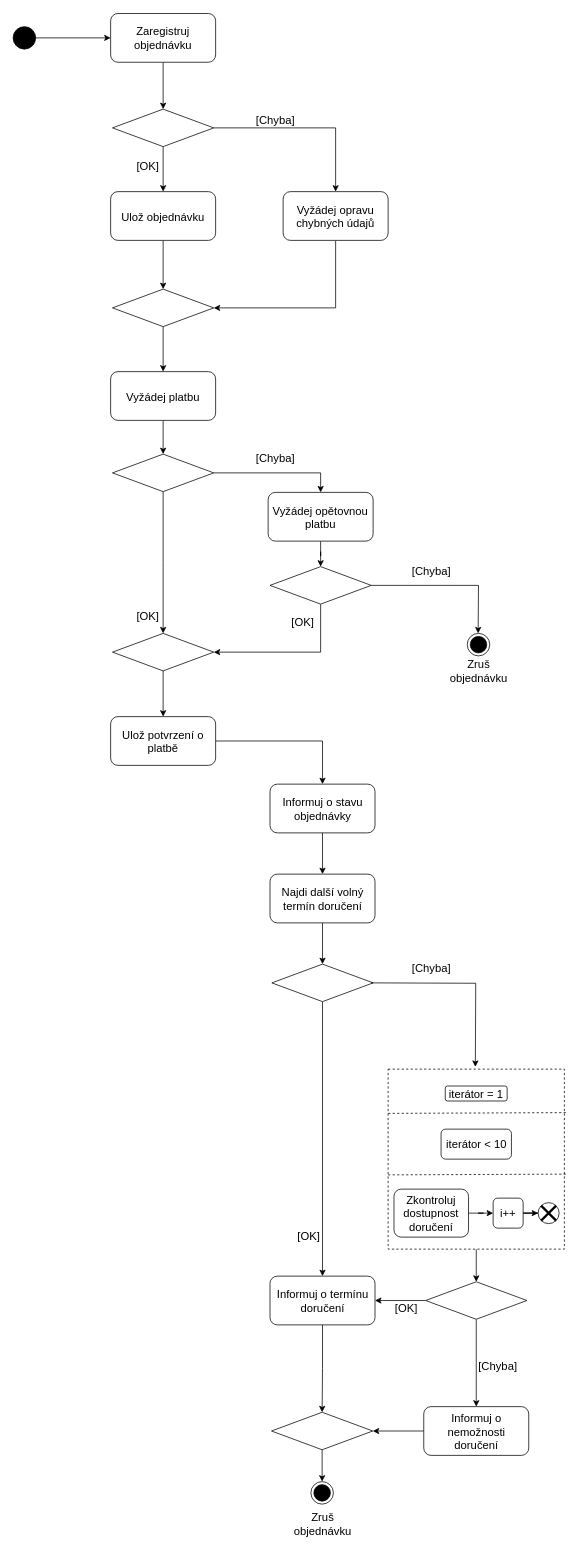
Before: Diagram-Aktivit.drawio in martinoak/culs-diagrams-net, a draw.io diagram. Source tidied: cells renumbered, new cells numbered last; positions are measured from the earlier drawing's top-left corner, leaving out a move shared by most shapes. Both pictures are drawn from the tidied source at 75%, with x=0, y=0 at pixel (13, 13).
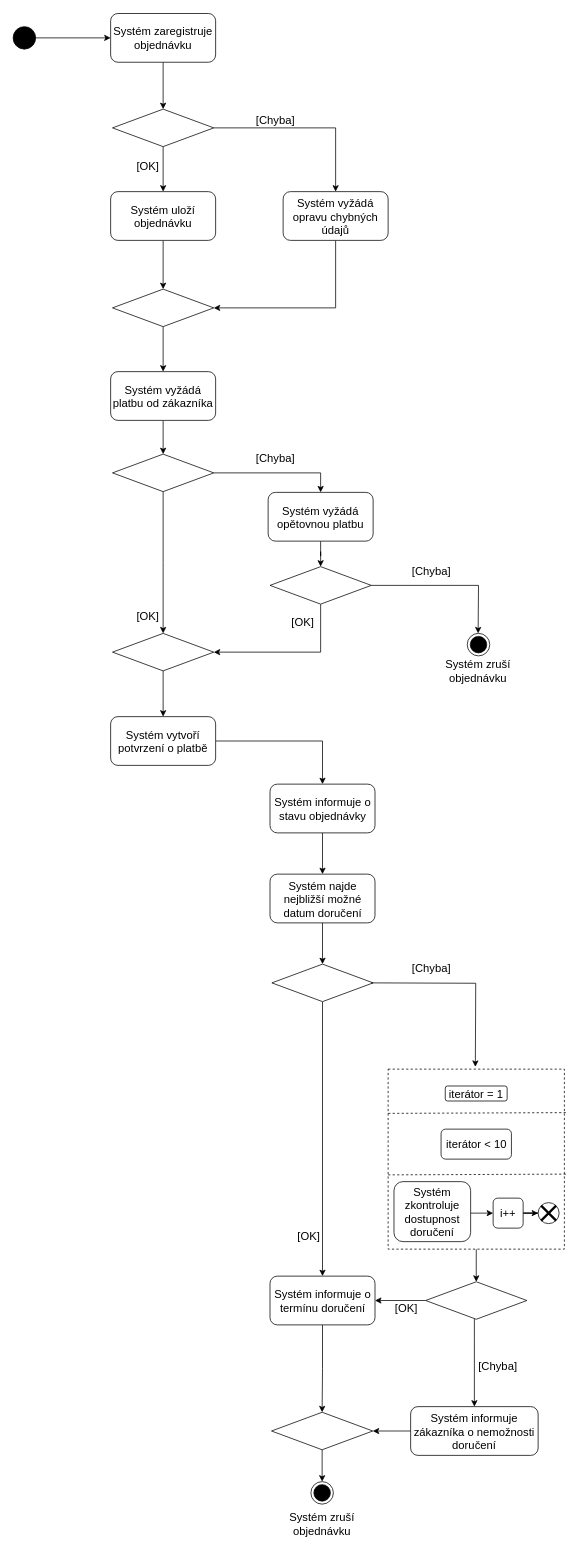
The same page after the edit.

Unchanged cells that the change refers to:
```xml
<mxCell id="53" value="&lt;span style=&quot;font-size: 15px;&quot;&gt;i++&lt;/span&gt;" style="rounded=1;whiteSpace=wrap;html=1;fillColor=#FFFFFF;" parent="1" vertex="1">
  <mxGeometry x="640" y="1580" width="40" height="40" as="geometry" />
</mxCell>
<mxCell id="58" style="rhombus;whiteSpace=wrap;html=1;fontSize=15;fillColor=#FFFFFF;" parent="1" vertex="1">
  <mxGeometry x="550" y="1691.5" width="135" height="50" as="geometry" />
</mxCell>
```

Change to the diagram source:
```diff
@@
-    <mxCell id="5" value="&lt;font style=&quot;font-size: 15px;&quot;&gt;Zaregistruj objednávku&lt;/font&gt;" style="rounded=1;whiteSpace=wrap;html=1;fillColor=#FFFFFF;" parent="1" vertex="1">
+    <mxCell id="5" value="&lt;font style=&quot;font-size: 15px;&quot;&gt;Systém zaregistruje objednávku&lt;/font&gt;" style="rounded=1;whiteSpace=wrap;html=1;fillColor=#FFFFFF;" parent="1" vertex="1">
       <mxGeometry x="130" y="0.5" width="140" height="65" as="geometry" />
     </mxCell>
@@
-    <mxCell id="7" value="&lt;span style=&quot;font-size: 15px;&quot;&gt;Ulož objednávku&lt;/span&gt;" style="rounded=1;whiteSpace=wrap;html=1;fillColor=#FFFFFF;" parent="1" vertex="1">
+    <mxCell id="7" value="&lt;span style=&quot;font-size: 15px;&quot;&gt;Systém uloží objednávku&lt;/span&gt;" style="rounded=1;whiteSpace=wrap;html=1;fillColor=#FFFFFF;" parent="1" vertex="1">
       <mxGeometry x="130" y="238" width="140" height="65" as="geometry" />
     </mxCell>
@@
-    <mxCell id="14" value="&lt;font style=&quot;font-size: 15px;&quot;&gt;Vyžádej opravu chybných údajů&lt;/font&gt;" style="rounded=1;whiteSpace=wrap;html=1;fillColor=#FFFFFF;" parent="1" vertex="1">
+    <mxCell id="14" value="&lt;font style=&quot;font-size: 15px;&quot;&gt;Systém vyžádá opravu chybných údajů&lt;/font&gt;" style="rounded=1;whiteSpace=wrap;html=1;fillColor=#FFFFFF;" parent="1" vertex="1">
       <mxGeometry x="360" y="238" width="140" height="65" as="geometry" />
     </mxCell>
@@
-    <mxCell id="18" value="&lt;span style=&quot;font-size: 15px;&quot;&gt;Vyžádej platbu&lt;/span&gt;" style="rounded=1;whiteSpace=wrap;html=1;fillColor=#FFFFFF;" parent="1" vertex="1">
+    <mxCell id="18" value="&lt;span style=&quot;font-size: 15px;&quot;&gt;Systém vyžádá platbu od zákazníka&lt;/span&gt;" style="rounded=1;whiteSpace=wrap;html=1;fillColor=#FFFFFF;" parent="1" vertex="1">
       <mxGeometry x="130" y="478" width="140" height="65" as="geometry" />
     </mxCell>
@@
-    <mxCell id="25" value="&lt;span style=&quot;font-size: 15px;&quot;&gt;Vyžádej opětovnou platbu&lt;/span&gt;" style="rounded=1;whiteSpace=wrap;html=1;fillColor=#FFFFFF;" parent="1" vertex="1">
+    <mxCell id="25" value="&lt;span style=&quot;font-size: 15px;&quot;&gt;Systém vyžádá opětovnou platbu&lt;/span&gt;" style="rounded=1;whiteSpace=wrap;html=1;fillColor=#FFFFFF;" parent="1" vertex="1">
       <mxGeometry x="340" y="639" width="140" height="65" as="geometry" />
     </mxCell>
@@
-    <mxCell id="33" value="&lt;span style=&quot;font-size: 15px;&quot;&gt;Informuj o stavu objednávky&lt;/span&gt;" style="rounded=1;whiteSpace=wrap;html=1;fillColor=#FFFFFF;" parent="1" vertex="1">
+    <mxCell id="33" value="&lt;span style=&quot;font-size: 15px;&quot;&gt;Systém informuje o stavu objednávky&lt;/span&gt;" style="rounded=1;whiteSpace=wrap;html=1;fillColor=#FFFFFF;" parent="1" vertex="1">
       <mxGeometry x="342.5" y="1028" width="140" height="65" as="geometry" />
     </mxCell>
@@
-    <mxCell id="35" value="&lt;span style=&quot;font-size: 15px;&quot;&gt;Najdi další volný termín doručení&lt;/span&gt;" style="rounded=1;whiteSpace=wrap;html=1;fillColor=#FFFFFF;" parent="1" vertex="1">
+    <mxCell id="35" value="&lt;span style=&quot;font-size: 15px;&quot;&gt;Systém najde nejbližší možné datum doručení&lt;/span&gt;" style="rounded=1;whiteSpace=wrap;html=1;fillColor=#FFFFFF;" parent="1" vertex="1">
       <mxGeometry x="342.5" y="1148" width="140" height="65" as="geometry" />
     </mxCell>
@@
-    <mxCell id="42" value="&lt;span style=&quot;font-size: 15px;&quot;&gt;Informuj o termínu doručení&lt;/span&gt;" style="rounded=1;whiteSpace=wrap;html=1;fillColor=#FFFFFF;" parent="1" vertex="1">
+    <mxCell id="42" value="&lt;span style=&quot;font-size: 15px;&quot;&gt;Systém informuje o termínu doručení&lt;/span&gt;" style="rounded=1;whiteSpace=wrap;html=1;fillColor=#FFFFFF;" parent="1" vertex="1">
       <mxGeometry x="342.5" y="1684" width="140" height="65" as="geometry" />
     </mxCell>
@@
     <mxCell id="50" style="edgeStyle=orthogonalEdgeStyle;rounded=0;jettySize=auto;html=1;fontSize=15;" parent="1" edge="1" source="51" target="53">
-      <mxGeometry relative="1" as="geometry" />
+      <mxGeometry relative="1" as="geometry">
+        <Array as="points">
+          <mxPoint x="620" y="1600" />
+          <mxPoint x="620" y="1600" />
+        </Array>
+      </mxGeometry>
     </mxCell>
-    <mxCell id="51" value="&lt;span style=&quot;font-size: 15px;&quot;&gt;Zkontroluj dostupnost doručení&lt;/span&gt;" style="rounded=1;whiteSpace=wrap;html=1;fillColor=#FFFFFF;" parent="1" vertex="1">
-      <mxGeometry x="507.8" y="1568" width="99.4" height="64" as="geometry" />
+    <mxCell id="51" value="&lt;span style=&quot;font-size: 15px;&quot;&gt;Systém zkontroluje dostupnost doručení&lt;/span&gt;" style="rounded=1;whiteSpace=wrap;html=1;fillColor=#FFFFFF;" parent="1" vertex="1">
+      <mxGeometry x="507.8" y="1558" width="102.2" height="80" as="geometry" />
     </mxCell>
@@
     <mxCell id="57" style="edgeStyle=orthogonalEdgeStyle;rounded=0;jettySize=auto;html=1;entryX=0.5;entryY=0;entryDx=0;entryDy=0;fontSize=15;" parent="1" edge="1" source="58" target="61">
-      <mxGeometry relative="1" as="geometry" />
+      <mxGeometry relative="1" as="geometry">
+        <Array as="points">
+          <mxPoint x="615" y="1768" />
+          <mxPoint x="615" y="1768" />
+        </Array>
+      </mxGeometry>
     </mxCell>
@@
-    <mxCell id="61" value="&lt;span style=&quot;font-size: 15px;&quot;&gt;Informuj o nemožnosti doručení&lt;/span&gt;" style="rounded=1;whiteSpace=wrap;html=1;fillColor=#FFFFFF;" parent="1" vertex="1">
-      <mxGeometry x="547.5" y="1858" width="140" height="65" as="geometry" />
+    <mxCell id="61" value="&lt;span style=&quot;font-size: 15px;&quot;&gt;Systém informuje zákazníka o nemožnosti doručení&lt;/span&gt;" style="rounded=1;whiteSpace=wrap;html=1;fillColor=#FFFFFF;" parent="1" vertex="1">
+      <mxGeometry x="530" y="1858" width="170" height="65" as="geometry" />
     </mxCell>
@@
-    <mxCell id="67" value="Zruš objednávku" style="text;html=1;strokeColor=none;fillColor=none;align=center;verticalAlign=middle;whiteSpace=wrap;rounded=0;fontSize=15;" parent="1" vertex="1">
-      <mxGeometry x="577.6" y="861" width="85.8" height="31" as="geometry" />
+    <mxCell id="67" value="Systém zruší objednávku" style="text;html=1;strokeColor=none;fillColor=none;align=center;verticalAlign=middle;whiteSpace=wrap;rounded=0;fontSize=15;" parent="1" vertex="1">
+      <mxGeometry x="569.3" y="861" width="102.4" height="31" as="geometry" />
     </mxCell>
@@
-    <mxCell id="70" value="&lt;span style=&quot;font-size: 15px;&quot;&gt;Ulož potvrzení o platbě&lt;/span&gt;" style="rounded=1;whiteSpace=wrap;html=1;fillColor=#FFFFFF;" parent="1" vertex="1">
+    <mxCell id="70" value="&lt;span style=&quot;font-size: 15px;&quot;&gt;Systém vytvoří potvrzení o platbě&lt;/span&gt;" style="rounded=1;whiteSpace=wrap;html=1;fillColor=#FFFFFF;" parent="1" vertex="1">
       <mxGeometry x="130" y="938" width="140" height="65" as="geometry" />
     </mxCell>
-    <mxCell id="71" value="Zruš objednávku" style="text;html=1;strokeColor=none;fillColor=none;align=center;verticalAlign=middle;whiteSpace=wrap;rounded=0;fontSize=15;" parent="1" vertex="1">
-      <mxGeometry x="369.6" y="1998" width="85.8" height="31" as="geometry" />
+    <mxCell id="71" value="Systém zruší objednávku" style="text;html=1;strokeColor=none;fillColor=none;align=center;verticalAlign=middle;whiteSpace=wrap;rounded=0;fontSize=15;" parent="1" vertex="1">
+      <mxGeometry x="356.8" y="1998" width="110.4" height="31" as="geometry" />
     </mxCell>
```
